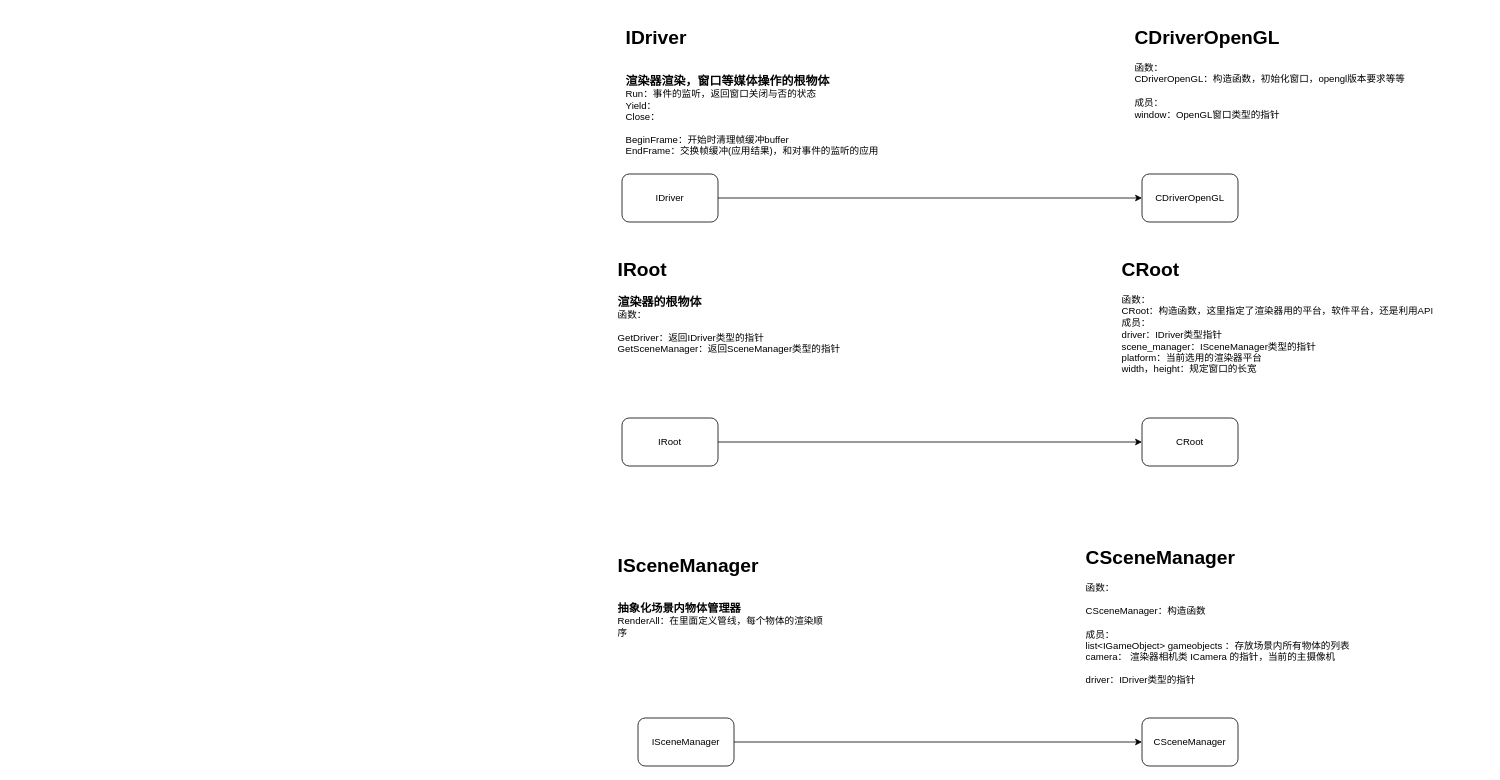
This is Framwork-log.drawio from thirtytytwo/renderer, a draw.io file, before an edit. Source tidied: cells renumbered, new cells numbered last; positions are measured from the earlier drawing's top-left corner, leaving out a move shared by most shapes. Both pictures are drawn from the tidied source at 80%, with x=0, y=0 at pixel (614, 22).
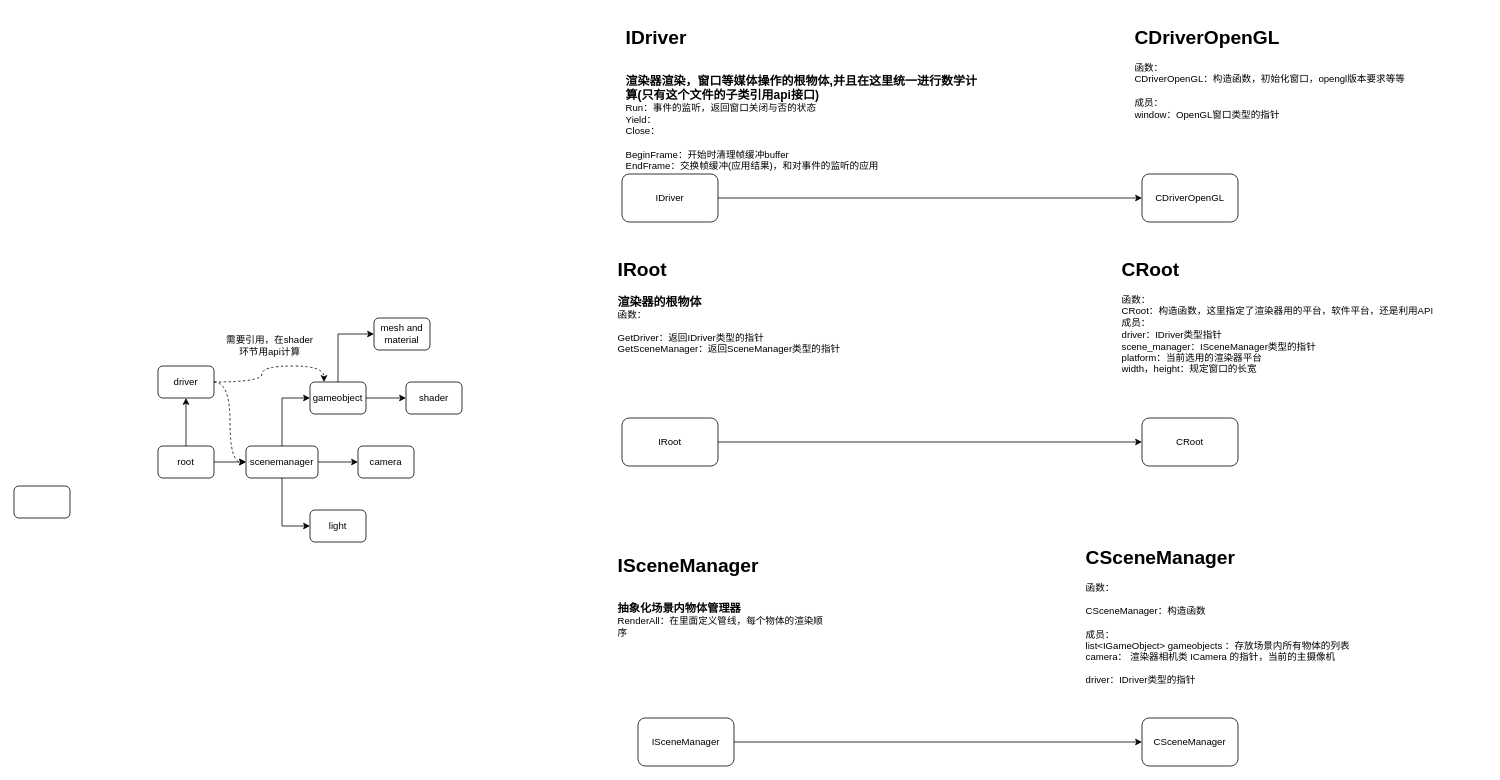
The same diagram, later.

What changed in the source:
```diff
@@
-    <mxCell id="8" value="&lt;h1&gt;IDriver&lt;/h1&gt;&lt;div&gt;&lt;br&gt;&lt;/div&gt;&lt;div&gt;&lt;b&gt;&lt;font style=&quot;font-size: 15px;&quot;&gt;渲染器渲染，窗口等媒体操作的根物体&lt;/font&gt;&lt;/b&gt;&lt;/div&gt;&lt;div&gt;Run：事件的监听，返回窗口关闭与否的状态&lt;/div&gt;&lt;div&gt;Yield：&lt;/div&gt;&lt;div&gt;Close：&lt;/div&gt;&lt;div&gt;&lt;br&gt;&lt;/div&gt;&lt;div&gt;BeginFrame：开始时清理帧缓冲buffer&lt;/div&gt;&lt;div&gt;EndFrame：交换帧缓冲(应用结果)，和对事件的监听的应用&lt;/div&gt;" style="text;html=1;strokeColor=none;fillColor=none;spacing=5;spacingTop=-20;whiteSpace=wrap;overflow=hidden;rounded=0;" parent="1" vertex="1">
+    <mxCell id="8" value="&lt;h1&gt;IDriver&lt;/h1&gt;&lt;div&gt;&lt;br&gt;&lt;/div&gt;&lt;div&gt;&lt;b&gt;&lt;font style=&quot;font-size: 15px;&quot;&gt;渲染器渲染，窗口等媒体操作的根物体,并且在这里统一进行数学计算(只有这个文件的子类引用api接口)&lt;/font&gt;&lt;/b&gt;&lt;/div&gt;&lt;div&gt;Run：事件的监听，返回窗口关闭与否的状态&lt;/div&gt;&lt;div&gt;Yield：&lt;/div&gt;&lt;div&gt;Close：&lt;/div&gt;&lt;div&gt;&lt;br&gt;&lt;/div&gt;&lt;div&gt;BeginFrame：开始时清理帧缓冲buffer&lt;/div&gt;&lt;div&gt;EndFrame：交换帧缓冲(应用结果)，和对事件的监听的应用&lt;/div&gt;" style="text;html=1;strokeColor=none;fillColor=none;spacing=5;spacingTop=-20;whiteSpace=wrap;overflow=hidden;rounded=0;" parent="1" vertex="1">
       <mxGeometry x="10" width="460" height="190" as="geometry" />
     </mxCell>
@@
+    <mxCell id="17" style="edgeStyle=orthogonalEdgeStyle;rounded=0;jettySize=auto;html=1;exitX=0.5;exitY=0;exitDx=0;exitDy=0;" parent="1" edge="1" source="19" target="34">
+      <mxGeometry relative="1" as="geometry" />
+    </mxCell>
+    <mxCell id="18" style="edgeStyle=orthogonalEdgeStyle;rounded=0;jettySize=auto;html=1;exitX=1;exitY=0.5;exitDx=0;exitDy=0;" parent="1" edge="1" source="19" target="27">
+      <mxGeometry relative="1" as="geometry" />
+    </mxCell>
+    <mxCell id="19" value="root" style="rounded=1;whiteSpace=wrap;html=1;" parent="1" vertex="1">
+      <mxGeometry x="-570" y="530" width="70" height="40" as="geometry" />
+    </mxCell>
+    <mxCell id="20" style="edgeStyle=orthogonalEdgeStyle;rounded=0;jettySize=auto;html=1;exitX=0.5;exitY=0;exitDx=0;exitDy=0;entryX=0;entryY=0.5;entryDx=0;entryDy=0;" parent="1" edge="1" source="22" target="31">
+      <mxGeometry relative="1" as="geometry" />
+    </mxCell>
+    <mxCell id="21" style="edgeStyle=orthogonalEdgeStyle;rounded=0;jettySize=auto;html=1;exitX=1;exitY=0.5;exitDx=0;exitDy=0;entryX=0;entryY=0.5;entryDx=0;entryDy=0;" parent="1" edge="1" source="22" target="23">
+      <mxGeometry relative="1" as="geometry" />
+    </mxCell>
+    <mxCell id="22" value="gameobject" style="rounded=1;whiteSpace=wrap;html=1;" parent="1" vertex="1">
+      <mxGeometry x="-380" y="450" width="70" height="40" as="geometry" />
+    </mxCell>
+    <mxCell id="23" value="shader" style="rounded=1;whiteSpace=wrap;html=1;" parent="1" vertex="1">
+      <mxGeometry x="-260" y="450" width="70" height="40" as="geometry" />
+    </mxCell>
+    <mxCell id="24" style="edgeStyle=orthogonalEdgeStyle;rounded=0;jettySize=auto;html=1;exitX=0.5;exitY=0;exitDx=0;exitDy=0;entryX=0;entryY=0.5;entryDx=0;entryDy=0;" parent="1" edge="1" source="27" target="22">
+      <mxGeometry relative="1" as="geometry" />
+    </mxCell>
+    <mxCell id="25" style="edgeStyle=orthogonalEdgeStyle;rounded=0;jettySize=auto;html=1;exitX=1;exitY=0.5;exitDx=0;exitDy=0;" parent="1" edge="1" source="27" target="29">
+      <mxGeometry relative="1" as="geometry" />
+    </mxCell>
+    <mxCell id="26" style="edgeStyle=orthogonalEdgeStyle;rounded=0;jettySize=auto;html=1;exitX=0.5;exitY=1;exitDx=0;exitDy=0;entryX=0;entryY=0.5;entryDx=0;entryDy=0;" parent="1" edge="1" source="27" target="30">
+      <mxGeometry relative="1" as="geometry" />
+    </mxCell>
+    <mxCell id="27" value="scenemanager&lt;br&gt;" style="rounded=1;whiteSpace=wrap;html=1;" parent="1" vertex="1">
+      <mxGeometry x="-460" y="530" width="90" height="40" as="geometry" />
+    </mxCell>
+    <mxCell id="28" style="rounded=1;whiteSpace=wrap;html=1;" parent="1" vertex="1">
+      <mxGeometry x="-750" y="580" width="70" height="40" as="geometry" />
+    </mxCell>
+    <mxCell id="29" value="camera" style="rounded=1;whiteSpace=wrap;html=1;" parent="1" vertex="1">
+      <mxGeometry x="-320" y="530" width="70" height="40" as="geometry" />
+    </mxCell>
+    <mxCell id="30" value="light" style="rounded=1;whiteSpace=wrap;html=1;" parent="1" vertex="1">
+      <mxGeometry x="-380" y="610" width="70" height="40" as="geometry" />
+    </mxCell>
+    <mxCell id="31" value="mesh and material" style="rounded=1;whiteSpace=wrap;html=1;" parent="1" vertex="1">
+      <mxGeometry x="-300" y="370" width="70" height="40" as="geometry" />
+    </mxCell>
+    <mxCell id="32" style="edgeStyle=orthogonalEdgeStyle;rounded=0;jettySize=auto;html=1;exitX=1;exitY=0.5;exitDx=0;exitDy=0;entryX=0.25;entryY=0;entryDx=0;entryDy=0;curved=1;dashed=1;" parent="1" edge="1" source="34" target="22">
+      <mxGeometry relative="1" as="geometry" />
+    </mxCell>
+    <mxCell id="33" style="edgeStyle=orthogonalEdgeStyle;curved=1;rounded=0;jettySize=auto;html=1;exitX=1;exitY=0.5;exitDx=0;exitDy=0;entryX=0;entryY=0.5;entryDx=0;entryDy=0;dashed=1;" parent="1" edge="1" source="34" target="27">
+      <mxGeometry relative="1" as="geometry" />
+    </mxCell>
+    <mxCell id="34" value="driver" style="rounded=1;whiteSpace=wrap;html=1;" parent="1" vertex="1">
+      <mxGeometry x="-570" y="430" width="70" height="40" as="geometry" />
+    </mxCell>
+    <mxCell id="35" value="需要引用，在shader环节用api计算" style="text;html=1;strokeColor=none;fillColor=none;align=center;verticalAlign=middle;whiteSpace=wrap;rounded=0;" parent="1" vertex="1">
+      <mxGeometry x="-490" y="390" width="120" height="30" as="geometry" />
+    </mxCell>
```
